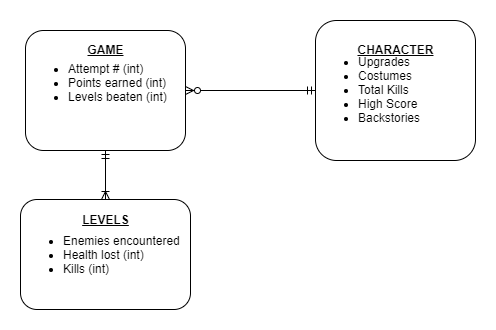
The draw.io diagram docs/erd.png in Rlong1218/endless-evil, before a commit. Source tidied: cells renumbered, new cells last; positions are measured from the earlier drawing's top-left corner, leaving out a move shared by most shapes.
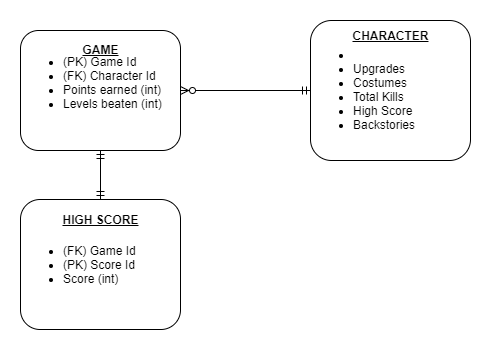
The same file after the commit.

What changed in the source:
```diff
@@ -2,29 +2,31 @@
   <root>
     <mxCell id="0" />
     <mxCell id="1" parent="0" />
-    <mxCell id="2" value="&lt;ul&gt;&lt;li&gt;Attempt # (int)&lt;/li&gt;&lt;li&gt;&lt;span&gt;Points earned (int)&lt;/span&gt;&lt;/li&gt;&lt;li&gt;Levels beaten (int)&lt;/li&gt;&lt;/ul&gt;&lt;span&gt;&lt;br&gt;&lt;/span&gt;" style="rounded=1;whiteSpace=wrap;html=1;align=left;" parent="1" vertex="1">
+    <mxCell id="2" value="&lt;ul&gt;&lt;li&gt;(PK) Game Id&lt;/li&gt;&lt;li&gt;(FK) Character Id&lt;/li&gt;&lt;li&gt;&lt;span&gt;Points earned (int)&lt;/span&gt;&lt;/li&gt;&lt;li&gt;Levels beaten (int)&lt;/li&gt;&lt;/ul&gt;&lt;span&gt;&lt;br&gt;&lt;/span&gt;" style="rounded=1;whiteSpace=wrap;html=1;align=left;" parent="1" vertex="1">
       <mxGeometry x="5" y="10" width="160" height="120" as="geometry" />
     </mxCell>
-    <mxCell id="3" value="&lt;ul&gt;&lt;li&gt;Upgrades&lt;/li&gt;&lt;li&gt;Costumes&lt;/li&gt;&lt;li&gt;Total Kills&lt;/li&gt;&lt;li&gt;High Score&lt;/li&gt;&lt;li&gt;Backstories&lt;/li&gt;&lt;/ul&gt;" style="rounded=1;whiteSpace=wrap;html=1;align=left;" parent="1" vertex="1">
+    <mxCell id="3" value="&lt;ul&gt;&lt;li&gt;&lt;br&gt;&lt;/li&gt;&lt;li&gt;&lt;span&gt;Upgrades&lt;/span&gt;&lt;/li&gt;&lt;li&gt;Costumes&lt;/li&gt;&lt;li&gt;Total Kills&lt;/li&gt;&lt;li&gt;High Score&lt;/li&gt;&lt;li&gt;Backstories&lt;/li&gt;&lt;/ul&gt;" style="rounded=1;whiteSpace=wrap;html=1;align=left;" parent="1" vertex="1">
       <mxGeometry x="295" width="160" height="140" as="geometry" />
     </mxCell>
-    <mxCell id="4" value="&lt;ul&gt;&lt;li&gt;Enemies encountered&lt;/li&gt;&lt;li&gt;Health lost (int)&lt;/li&gt;&lt;li&gt;Kills (int)&lt;/li&gt;&lt;/ul&gt;" style="rounded=1;whiteSpace=wrap;html=1;align=left;" parent="1" vertex="1">
-      <mxGeometry y="179" width="170" height="110" as="geometry" />
-    </mxCell>
     <mxCell id="5" value="GAME" style="text;html=1;strokeColor=none;fillColor=none;align=center;verticalAlign=middle;whiteSpace=wrap;rounded=0;fontStyle=5;" parent="1" vertex="1">
       <mxGeometry x="65" y="19" width="40" height="20" as="geometry" />
     </mxCell>
-    <mxCell id="6" style="endArrow=ERmandOne;html=1;exitX=0.5;exitY=0;exitDx=0;exitDy=0;entryX=0.5;entryY=1;entryDx=0;entryDy=0;startArrow=ERoneToMany;startFill=0;endFill=0;" parent="1" edge="1" source="4" target="2">
-      <mxGeometry relative="1" as="geometry" />
+    <mxCell id="6" style="endArrow=ERmandOne;html=1;exitX=0.5;exitY=0;exitDx=0;exitDy=0;entryX=0.5;entryY=1;entryDx=0;entryDy=0;startArrow=ERmandOne;startFill=0;endFill=0;" parent="1" edge="1" target="2">
+      <mxGeometry relative="1" as="geometry">
+        <mxPoint x="85" y="179" as="sourcePoint" />
+      </mxGeometry>
     </mxCell>
     <mxCell id="7" style="endArrow=ERmandOne;html=1;exitX=1;exitY=0.5;exitDx=0;exitDy=0;entryX=0;entryY=0.5;entryDx=0;entryDy=0;startArrow=ERzeroToMany;startFill=1;endFill=0;" parent="1" edge="1" source="2" target="3">
       <mxGeometry relative="1" as="geometry" />
     </mxCell>
-    <mxCell id="8" value="LEVELS" style="text;html=1;strokeColor=none;fillColor=none;align=center;verticalAlign=middle;whiteSpace=wrap;rounded=0;fontStyle=5;" parent="1" vertex="1">
-      <mxGeometry x="65" y="189" width="40" height="20" as="geometry" />
-    </mxCell>
     <mxCell id="9" value="CHARACTER" style="text;html=1;strokeColor=none;fillColor=none;align=center;verticalAlign=middle;whiteSpace=wrap;rounded=0;fontStyle=5;" parent="1" vertex="1">
-      <mxGeometry x="330" y="14" width="90" height="30" as="geometry" />
+      <mxGeometry x="330" width="90" height="30" as="geometry" />
     </mxCell>
+    <mxCell id="10" value="&lt;ul&gt;&lt;li&gt;(FK) Game Id&lt;/li&gt;&lt;li&gt;(PK) Score Id&lt;/li&gt;&lt;li&gt;Score (int)&lt;/li&gt;&lt;/ul&gt;" style="rounded=1;whiteSpace=wrap;html=1;align=left;" parent="1" vertex="1">
+      <mxGeometry x="5" y="179" width="160" height="130" as="geometry" />
+    </mxCell>
+    <mxCell id="11" value="HIGH SCORE" style="text;html=1;strokeColor=none;fillColor=none;align=center;verticalAlign=middle;whiteSpace=wrap;rounded=0;fontStyle=5;" parent="1" vertex="1">
+      <mxGeometry x="40" y="189" width="90" height="20" as="geometry" />
+    </mxCell>
   </root>
 </mxGraphModel>
```
